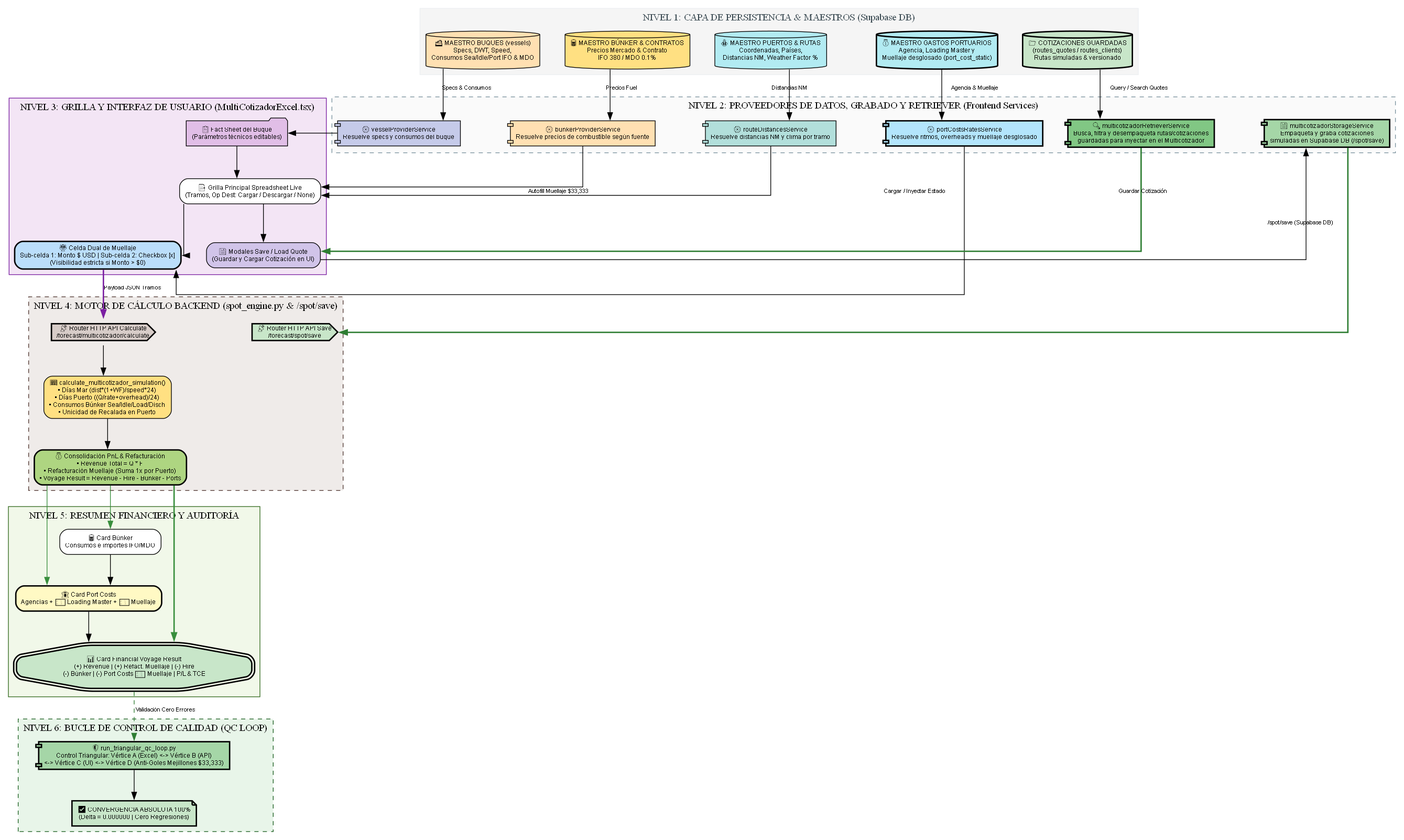
Earlier version of the Graphviz export Desarrollo.Profesional/Obsidian.Refactorizacion.Multicotizador/FLUJOGRAMA_Arquitectura_Multicotizador_V1.png (RichGutz/PETRAL.SMART.DASHBOARD). Its source is kept beside it as Desarrollo.Profesional/Obsidian.Refactorizacion.Multicotizador/FLUJOGRAMA_Arquitectura_Multicotizador_V1.dot.
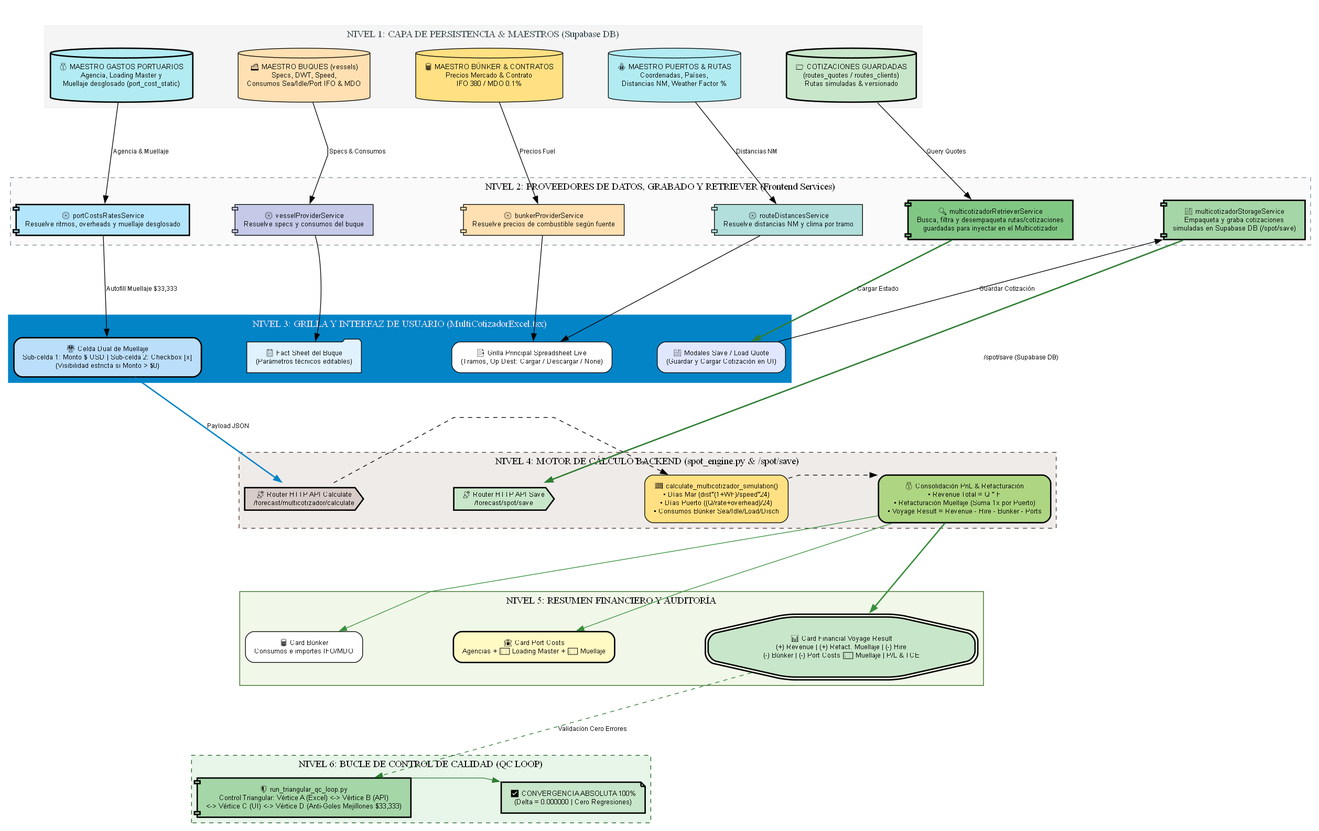
After the change.

Commit message:
fix(ui): limpiar estados iniciales dummy para inicio en blanco del Multicotizador

Change to the diagram source:
```diff
@@ -1,14 +1,15 @@
 digraph MulticotizadorCascadeV1 {
     rankdir=TB;
-    splines=ortho;
-    nodesep=0.5;
-    ranksep=0.6;
+    newrank=true;
+    splines=polyline;
+    nodesep=0.9;
+    ranksep=1.8;
 
-    node [shape=box, style="filled,rounded", fontname="Arial", fontsize=9];
-    edge [fontname="Arial", fontsize=8];
+    node [shape=box, style="filled,rounded", fontname="Arial", fontsize=10, margin="0.18,0.14"];
+    edge [fontname="Arial", fontsize=9];
 
     # ==========================================
-    #  NIVEL 1: CAPA DE PERSISTENCIA (FILA HORIZONTAL)
+    #  NIVEL 1: CAPA DE PERSISTENCIA (TOP)
     # ==========================================
     subgraph cluster_lvl1 {
         label = "NIVEL 1: CAPA DE PERSISTENCIA & MAESTROS (Supabase DB)";
@@ -26,7 +27,7 @@
     }
 
     # ==========================================
-    #  NIVEL 2: SERVICIOS PROVIDERS & PERSISTENCIA (FRONTEND REACT)
+    #  NIVEL 2: SERVICIOS PROVIDERS & RETRIEVER (FRONTEND REACT)
     # ==========================================
     subgraph cluster_lvl2 {
         label = "NIVEL 2: PROVEEDORES DE DATOS, GRABADO Y RETRIEVER (Frontend Services)";
@@ -49,15 +50,16 @@
     # ==========================================
     subgraph cluster_lvl3 {
         label = "NIVEL 3: GRILLA Y INTERFAZ DE USUARIO (MultiCotizadorExcel.tsx)";
-        style="filled"; color="#7B1FA2"; fillcolor="#F3E5F5";
+        style="filled"; color="#0284C7"; fontcolor="#F3E5F5";
 
-        UI_FactSheet [label="📋 Fact Sheet del Buque\n(Parámetros técnicos editables)", shape=folder, fillcolor="#E1BEE7"];
+        { rank=same; UI_FactSheet; UI_Grid; UI_MuellajeCell; UI_SaveModal; }
+
+        UI_FactSheet [label="📋 Fact Sheet del Buque\n(Parámetros técnicos editables)", shape=folder, fillcolor="#E0F2FE"];
         UI_Grid [label="📑 Grilla Principal Spreadsheet Live\n(Tramos, Op Dest: Cargar / Descargar / None)", shape=box, fillcolor="white"];
         UI_MuellajeCell [label="⚖️ Celda Dual de Muellaje\nSub-celda 1: Monto $ USD | Sub-celda 2: Checkbox [x]\n(Visibilidad estricta si Monto > $0)", shape=box, fillcolor="#BBDEFB", penwidth=2];
-        UI_SaveModal [label="💾 Modales Save / Load Quote\n(Guardar y Cargar Cotización en UI)", shape=box, fillcolor="#D1C4E9"];
+        UI_SaveModal [label="💾 Modales Save / Load Quote\n(Guardar y Cargar Cotización en UI)", shape=box, fillcolor="#E0E7FF"];
 
-        UI_FactSheet -> UI_Grid -> UI_MuellajeCell;
-        UI_Grid -> UI_SaveModal;
+        UI_FactSheet -> UI_Grid -> UI_MuellajeCell -> UI_SaveModal [style=invis];
     }
 
     # ==========================================
@@ -67,12 +69,14 @@
         label = "NIVEL 4: MOTOR DE CÁLCULO BACKEND (spot_engine.py & /spot/save)";
         style="filled,dashed"; color="#4E342E"; fillcolor="#EFEBE9";
 
+        { rank=same; API_Endpoint; API_SaveEndpoint; Engine_Sim; Engine_PnL; }
+
         API_Endpoint [label="📡 Router HTTP API Calculate\n/forecast/multicotizador/calculate", shape=cds, fillcolor="#D7CCC8", penwidth=2];
         API_SaveEndpoint [label="📡 Router HTTP API Save\n/forecast/spot/save", shape=cds, fillcolor="#C8E6C9", penwidth=2];
-        Engine_Sim [label="🧮 calculate_multicotizador_simulation()\n• Días Mar (dist*(1+WF)/speed*24)\n• Días Puerto ((Q/rate+overhead)/24)\n• Consumos Búnker Sea/Idle/Load/Disch\n• Unicidad de Recalada en Puerto", shape=box, fillcolor="#FFE082"];
+        Engine_Sim [label="🧮 calculate_multicotizador_simulation()\n• Días Mar (dist*(1+WF)/speed*24)\n• Días Puerto ((Q/rate+overhead)/24)\n• Consumos Búnker Sea/Idle/Load/Disch", shape=box, fillcolor="#FFE082"];
         Engine_PnL [label="💰 Consolidación PnL & Refacturación\n• Revenue Total = Q * F\n• Refacturación Muellaje (Suma 1x por Puerto)\n• Voyage Result = Revenue - Hire - Bunker - Ports", shape=box, fillcolor="#AED581", penwidth=2];
 
-        API_Endpoint -> Engine_Sim -> Engine_PnL;
+        API_Endpoint -> API_SaveEndpoint -> Engine_Sim -> Engine_PnL [style=invis];
     }
 
     # ==========================================
@@ -82,28 +86,37 @@
         label = "NIVEL 5: RESUMEN FINANCIERO Y AUDITORÍA";
         style="filled"; color="#33691E"; fillcolor="#F1F8E9";
 
+        { rank=same; Card_Bunker; Card_PortCosts; Card_Financials; }
+
         Card_Bunker [label="🛢️ Card Búnker\nConsumos e importes IFO/MDO", shape=rect, fillcolor="white"];
         Card_PortCosts [label="🏛️ Card Port Costs\nAgencias + ↳ Loading Master + ↳ Muellaje", shape=rect, fillcolor="#FFF9C4", penwidth=2];
         Card_Financials [label="📊 Card Financial Voyage Result\n(+) Revenue | (+) Refact. Muellaje | (-) Hire\n(-) Búnker | (-) Port Costs ↳ Muellaje | P/L & TCE", shape=doubleoctagon, fillcolor="#C8E6C9", penwidth=2];
 
-        Card_Bunker -> Card_PortCosts -> Card_Financials;
+        Card_Bunker -> Card_PortCosts -> Card_Financials [style=invis];
     }
 
     # ==========================================
-    #  NIVEL 6: PROTOCOLO DE CONTROL DE CALIDAD (QC LOOP)
+    #  NIVEL 6: PROTOCOLO DE CONTROL DE CALIDAD (BOTTOM)
     # ==========================================
     subgraph cluster_lvl6 {
         label = "NIVEL 6: BUCLE DE CONTROL DE CALIDAD (QC LOOP)";
         style="filled,dashed"; color="#1B5E20"; fillcolor="#E8F5E9";
 
+        { rank=same; QC_Master; QC_Pass; }
+
         QC_Master [label="🛡️ run_triangular_qc_loop.py\nControl Triangular: Vértice A (Excel) <-> Vértice B (API)\n<-> Vértice C (UI) <-> Vértice D (Anti-Goles Mejillones $33,333)", shape=component, fillcolor="#A5D6A7", penwidth=2];
         QC_Pass [label="✅ CONVERGENCIA ABSOLUTA 100%\n(Delta = 0.000000 | Cero Regresiones)", shape=note, fillcolor="#C8E6C9", penwidth=2];
 
-        QC_Master -> QC_Pass;
+        QC_Master -> QC_Pass [style=invis];
     }
 
     # ==========================================
-    #  CONEXIONES VERTICALES DE CASCADA (FLUJO PRINCIPAL)
+    #  APILAMIENTO ESTRICTO DE NIVELES (TOP-TO-BOTTOM STACK)
+    # ==========================================
+    DB_Vessels -> S_Vessel -> UI_FactSheet -> API_Endpoint -> Card_Bunker -> QC_Master [style=invis, weight=100];
+
+    # ==========================================
+    #  CONEXIONES FUNCIONALES ENTRE NIVELES
     # ==========================================
 
     # 1. DB -> Providers & Retriever
@@ -111,25 +124,27 @@
     DB_Ports -> S_Route [label=" Distancias NM"];
     DB_PortCosts -> S_Port [label=" Agencia & Muellaje"];
     DB_Bunker -> S_Bunker [label=" Precios Fuel"];
-    DB_SavedQuotes -> S_Retriever [label=" Query / Search Quotes"];
+    DB_SavedQuotes -> S_Retriever [label=" Query Quotes"];
 
     # 2. Providers -> UI
     S_Vessel -> UI_FactSheet;
     S_Bunker -> UI_Grid;
     S_Route -> UI_Grid;
     S_Port -> UI_MuellajeCell [label=" Autofill Muellaje $33,333"];
-    S_Retriever -> UI_SaveModal [label=" Cargar / Inyectar Estado", color="#2E7D32", penwidth=2];
+    S_Retriever -> UI_SaveModal [label=" Cargar Estado", color="#2E7D32", penwidth=2];
 
-    # 3. UI -> Storage Service & Engine API
-    UI_MuellajeCell -> API_Endpoint [label=" Payload JSON Tramos", color="#7B1FA2", penwidth=2];
+    # 3. UI -> Engine API & Storage
+    UI_MuellajeCell -> API_Endpoint [label=" Payload JSON", color="#0284C7", penwidth=2];
     UI_SaveModal -> S_Storage [label=" Guardar Cotización"];
     S_Storage -> API_SaveEndpoint [label=" /spot/save (Supabase DB)", color="#2E7D32", penwidth=2];
 
     # 4. Engine PnL -> Cards
+    API_Endpoint -> Engine_Sim -> Engine_PnL [style=dashed];
     Engine_PnL -> Card_Bunker [color="#388E3C"];
     Engine_PnL -> Card_PortCosts [color="#388E3C"];
     Engine_PnL -> Card_Financials [color="#388E3C", penwidth=2];
 
     # 5. Financials -> QC Loop
     Card_Financials -> QC_Master [label=" Validación Cero Errores", color="#2E7D32", style=dashed];
+    QC_Master -> QC_Pass [color="#2E7D32"];
 }
```
